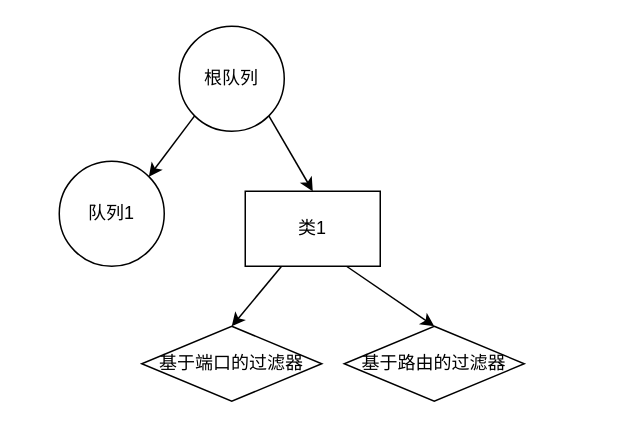
Above: page "TC实现流量控制的层次结构" (5 of 7) of 网络控制技术_流程图.drawio in Icarus1994/neutron_conf (draw.io), before the change. Source tidied: cells renumbered, new cells numbered last; positions are measured from the earlier drawing's top-left corner, leaving out a move shared by most shapes. Both pictures are drawn from the tidied source at 150%, with x=0, y=0 at pixel (58, 26).
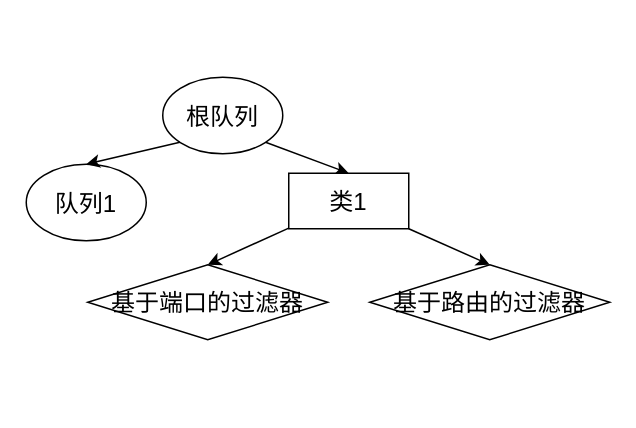
After the change.

The edit, as a diff of the source:
```diff
@@
 <mxGraphModel>
   <root>
     <mxCell id="0" />
     <mxCell id="1" parent="0" />
-    <mxCell id="2" style="rounded=0;jettySize=auto;html=1;exitX=0;exitY=1;exitDx=0;exitDy=0;entryX=1;entryY=0;entryDx=0;entryDy=0;" parent="1" edge="1" source="4" target="5">
-      <mxGeometry relative="1" as="geometry" />
-    </mxCell>
-    <mxCell id="3" style="edgeStyle=none;rounded=0;jettySize=auto;html=1;exitX=1;exitY=1;exitDx=0;exitDy=0;entryX=0.5;entryY=0;entryDx=0;entryDy=0;" parent="1" edge="1" source="4" target="8">
+    <mxCell id="3" style="edgeStyle=none;rounded=0;jettySize=auto;html=1;exitX=1;exitY=1;exitDx=0;exitDy=0;entryX=0.5;entryY=0;entryDx=0;entryDy=0;fontSize=16;" parent="1" edge="1" source="4" target="8">
       <mxGeometry relative="1" as="geometry" />
     </mxCell>
-    <mxCell id="4" value="根队列" style="ellipse;whiteSpace=wrap;html=1;" parent="1" vertex="1">
-      <mxGeometry x="80" width="70" height="70" as="geometry" />
-    </mxCell>
-    <mxCell id="5" value="队列1" style="ellipse;whiteSpace=wrap;html=1;" parent="1" vertex="1">
-      <mxGeometry y="90" width="70" height="70" as="geometry" />
-    </mxCell>
-    <mxCell id="6" style="edgeStyle=none;rounded=0;jettySize=auto;html=1;entryX=0.5;entryY=0;entryDx=0;entryDy=0;" parent="1" edge="1" source="8" target="9">
+    <mxCell id="6" style="edgeStyle=none;rounded=0;jettySize=auto;html=1;entryX=0.5;entryY=0;entryDx=0;entryDy=0;fontSize=16;" parent="1" edge="1" source="8" target="9">
       <mxGeometry relative="1" as="geometry" />
     </mxCell>
-    <mxCell id="7" style="edgeStyle=none;rounded=0;jettySize=auto;html=1;exitX=0.75;exitY=1;exitDx=0;exitDy=0;entryX=0.5;entryY=0;entryDx=0;entryDy=0;" parent="1" edge="1" source="8" target="10">
+    <mxCell id="7" style="edgeStyle=none;rounded=0;jettySize=auto;html=1;exitX=1;exitY=1;exitDx=0;exitDy=0;entryX=0.5;entryY=0;entryDx=0;entryDy=0;fontSize=16;" parent="1" edge="1" source="8" target="10">
       <mxGeometry relative="1" as="geometry" />
     </mxCell>
-    <mxCell id="8" value="类1" style="rounded=0;whiteSpace=wrap;html=1;" parent="1" vertex="1">
-      <mxGeometry x="124" y="110" width="90" height="50" as="geometry" />
+    <mxCell id="8" value="类1" style="rounded=0;whiteSpace=wrap;html=1;fontSize=16;" parent="1" vertex="1">
+      <mxGeometry x="153" y="98" width="80" height="37" as="geometry" />
     </mxCell>
-    <mxCell id="9" value="基于端口的过滤器" style="rhombus;whiteSpace=wrap;html=1;" parent="1" vertex="1">
-      <mxGeometry x="55" y="200" width="120" height="50" as="geometry" />
+    <mxCell id="9" value="基于端口的过滤器" style="rhombus;whiteSpace=wrap;html=1;fontSize=16;" parent="1" vertex="1">
+      <mxGeometry x="19" y="159" width="160" height="50" as="geometry" />
     </mxCell>
-    <mxCell id="10" value="基于路由的过滤器" style="rhombus;whiteSpace=wrap;html=1;" parent="1" vertex="1">
-      <mxGeometry x="190" y="200" width="120" height="50" as="geometry" />
+    <mxCell id="10" value="基于路由的过滤器" style="rhombus;whiteSpace=wrap;html=1;fontSize=16;" parent="1" vertex="1">
+      <mxGeometry x="207" y="159" width="160" height="50" as="geometry" />
     </mxCell>
+    <mxCell id="4" value="根队列" style="ellipse;whiteSpace=wrap;html=1;fontSize=16;" parent="1" vertex="1">
+      <mxGeometry x="69" y="34" width="80" height="51" as="geometry" />
+    </mxCell>
+    <mxCell id="5" value="队列1" style="ellipse;whiteSpace=wrap;html=1;fontSize=16;" parent="1" vertex="1">
+      <mxGeometry x="-22" y="92" width="80" height="51" as="geometry" />
+    </mxCell>
+    <mxCell id="2" style="rounded=0;jettySize=auto;html=1;exitX=0;exitY=1;exitDx=0;exitDy=0;entryX=0.5;entryY=0;entryDx=0;entryDy=0;fontSize=16;" parent="1" edge="1" source="4" target="5">
+      <mxGeometry relative="1" as="geometry" />
+    </mxCell>
   </root>
 </mxGraphModel>
```
